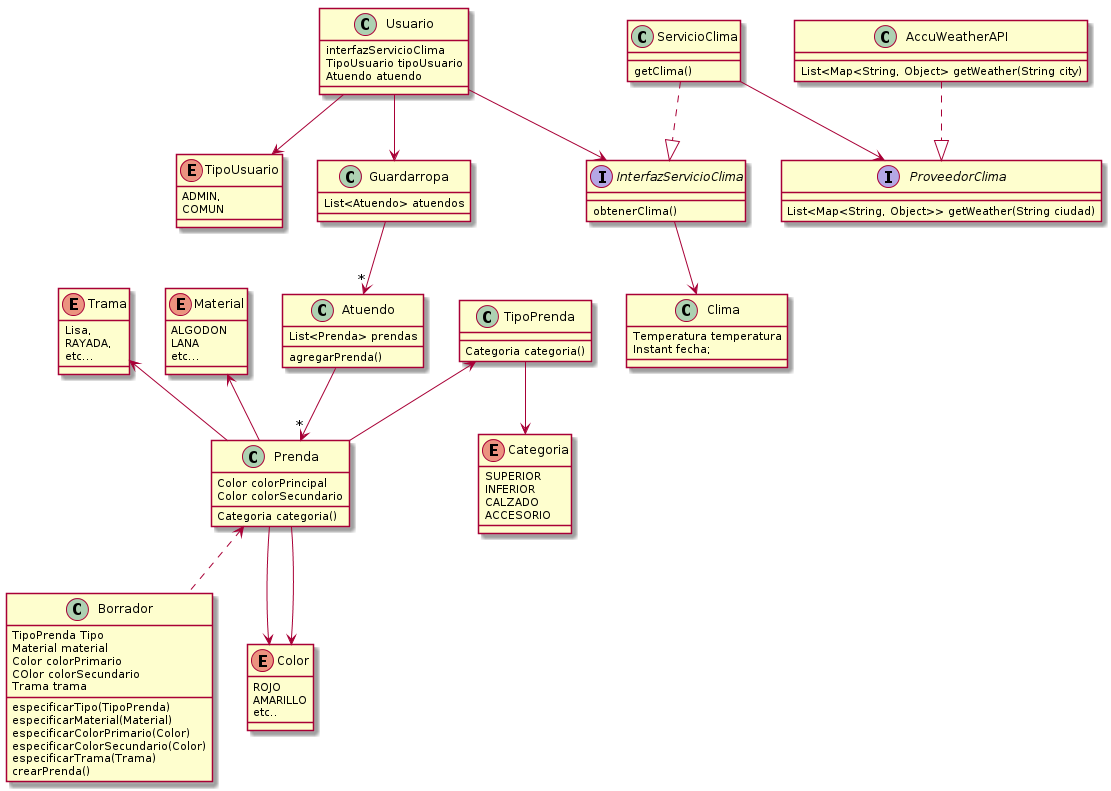
Before: diagrama.png, a diagram exported from PlantUML (heinHertz/QueMePongoCuartaIteracion).
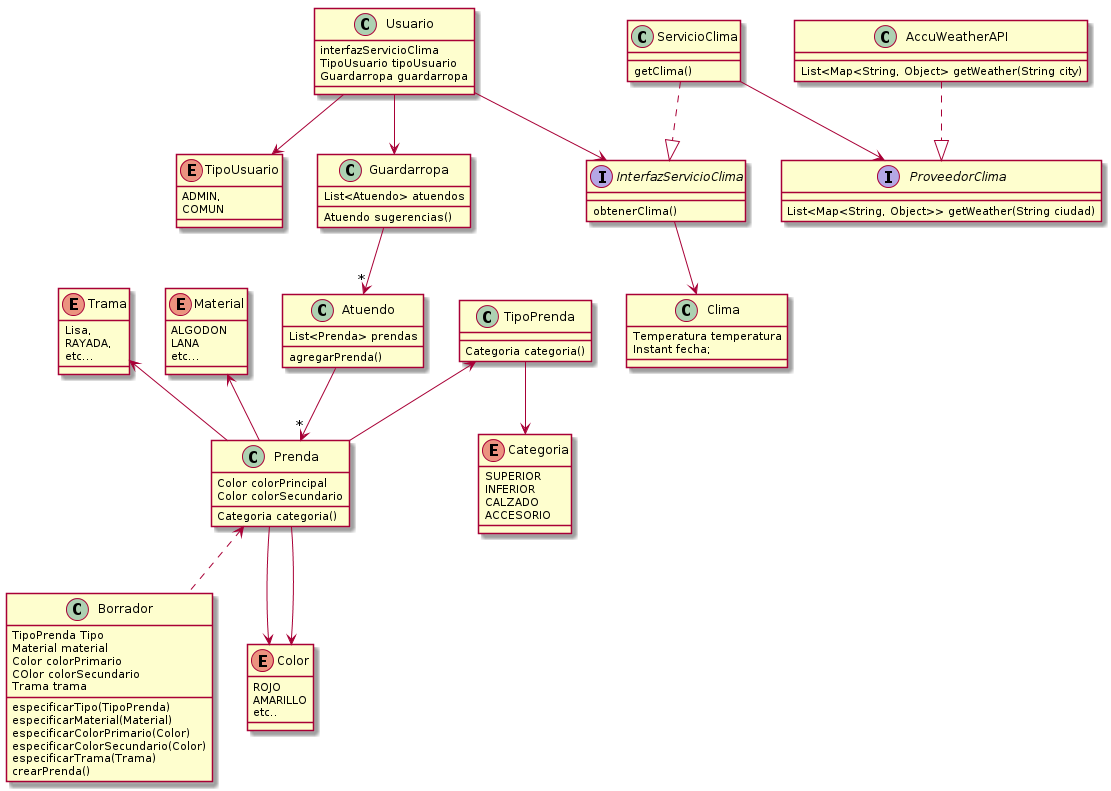
The same diagram one commit later.

The edit, as a diff of the source:
```diff
@@ -110,13 +110,14 @@
 class Usuario{
   interfazServicioClima
   TipoUsuario tipoUsuario
-  Atuendo atuendo
+  Guardarropa guardarropa
 
 }
 
 class Guardarropa{
 
 List<Atuendo> atuendos
+Atuendo sugerencias()
 
 }
 enum TipoUsuario {
```
